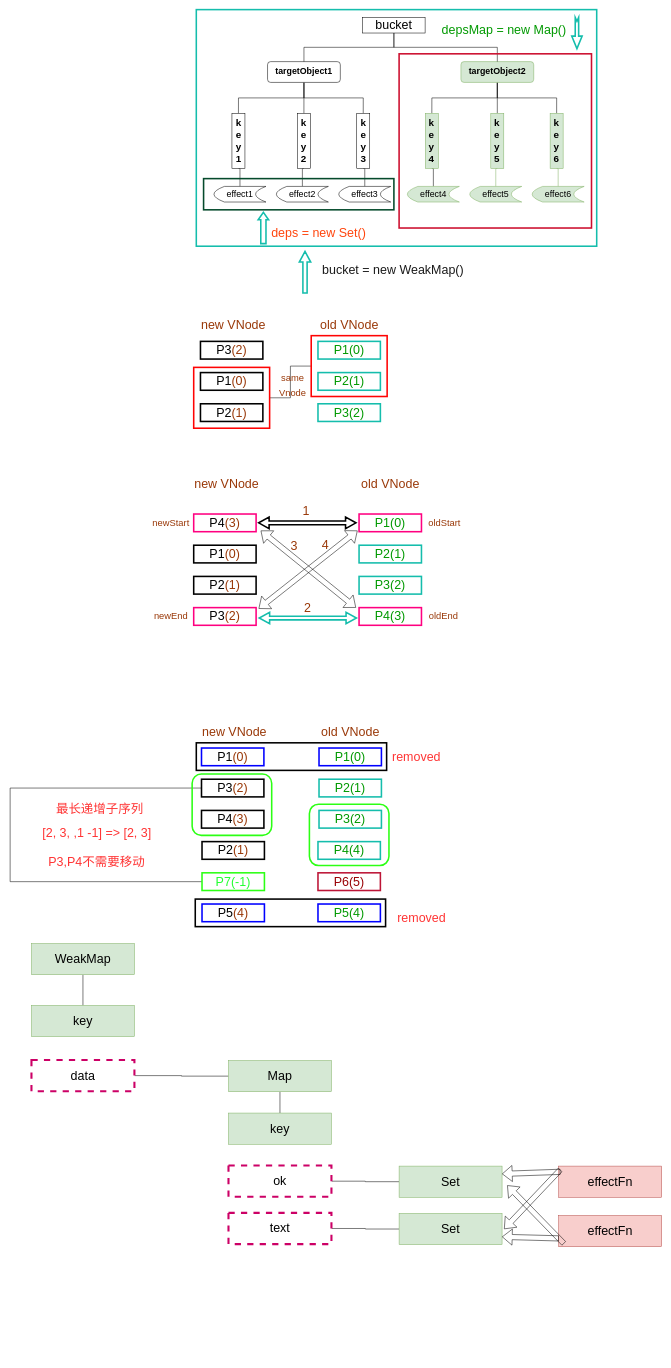
Before: 4.响应系统的作用与实现/vue-bucket.drawio in simple5960/vue-, a draw.io diagram. Source tidied: cells renumbered, new cells numbered last; positions are measured from the earlier drawing's top-left corner, leaving out a move shared by most shapes. Both pictures are drawn from the tidied source at 52%, with x=0, y=0 at pixel (10, 9).
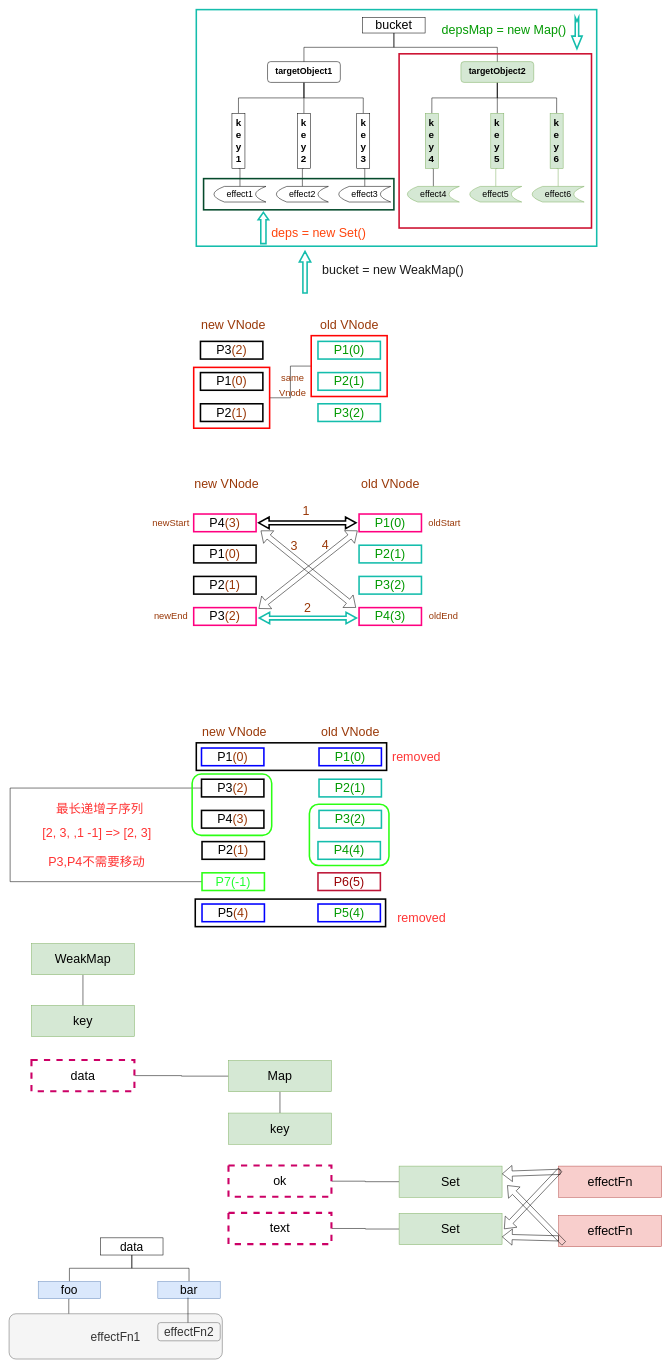
Above is the later version.

Change to the diagram source:
```diff
@@
+    <mxCell id="118" style="edgeStyle=orthogonalEdgeStyle;rounded=0;jettySize=auto;html=1;exitX=0.5;exitY=1;exitDx=0;exitDy=0;entryX=0.5;entryY=0;entryDx=0;entryDy=0;fontSize=23;endArrow=none;endFill=0;" parent="1" edge="1" source="120" target="122">
+      <mxGeometry relative="1" as="geometry" />
+    </mxCell>
+    <mxCell id="119" style="edgeStyle=orthogonalEdgeStyle;rounded=0;jettySize=auto;html=1;exitX=0.5;exitY=1;exitDx=0;exitDy=0;fontSize=23;endArrow=none;endFill=0;" parent="1" edge="1" source="120" target="123">
+      <mxGeometry relative="1" as="geometry" />
+    </mxCell>
+    <mxCell id="120" value="data" style="rounded=0;whiteSpace=wrap;html=1;fontSize=23;" parent="1" vertex="1">
+      <mxGeometry x="174" y="2362" width="120" height="33" as="geometry" />
+    </mxCell>
+    <mxCell id="121" style="edgeStyle=orthogonalEdgeStyle;rounded=0;jettySize=auto;html=1;exitX=0.5;exitY=1;exitDx=0;exitDy=0;entryX=0.28;entryY=0.011;entryDx=0;entryDy=0;entryPerimeter=0;fontSize=23;endArrow=none;endFill=0;" parent="1" edge="1" source="122" target="124">
+      <mxGeometry relative="1" as="geometry" />
+    </mxCell>
+    <mxCell id="122" value="foo" style="rounded=0;whiteSpace=wrap;html=1;fontSize=23;fillColor=#dae8fc;strokeColor=#6c8ebf;" parent="1" vertex="1">
+      <mxGeometry x="54" y="2446" width="120" height="33" as="geometry" />
+    </mxCell>
+    <mxCell id="123" value="bar" style="rounded=0;whiteSpace=wrap;html=1;fontSize=23;fillColor=#dae8fc;strokeColor=#6c8ebf;" parent="1" vertex="1">
+      <mxGeometry x="284" y="2446" width="120" height="33" as="geometry" />
+    </mxCell>
+    <mxCell id="124" value="effectFn1" style="rounded=1;whiteSpace=wrap;html=1;fontSize=23;fillColor=#f5f5f5;fontColor=#333333;strokeColor=#666666;" parent="1" vertex="1">
+      <mxGeometry x="-2" y="2508" width="410" height="87" as="geometry" />
+    </mxCell>
+    <mxCell id="125" value="effectFn2" style="rounded=1;whiteSpace=wrap;html=1;fontSize=23;fillColor=#f5f5f5;fontColor=#333333;strokeColor=#666666;" parent="1" vertex="1">
+      <mxGeometry x="284" y="2525" width="120" height="35" as="geometry" />
+    </mxCell>
+    <mxCell id="126" style="endArrow=none;html=1;rounded=0;fontSize=23;" parent="1" edge="1">
+      <mxGeometry relative="1" as="geometry">
+        <mxPoint x="342" y="2525" as="sourcePoint" />
+        <mxPoint x="342" y="2477" as="targetPoint" />
+      </mxGeometry>
+    </mxCell>
```
